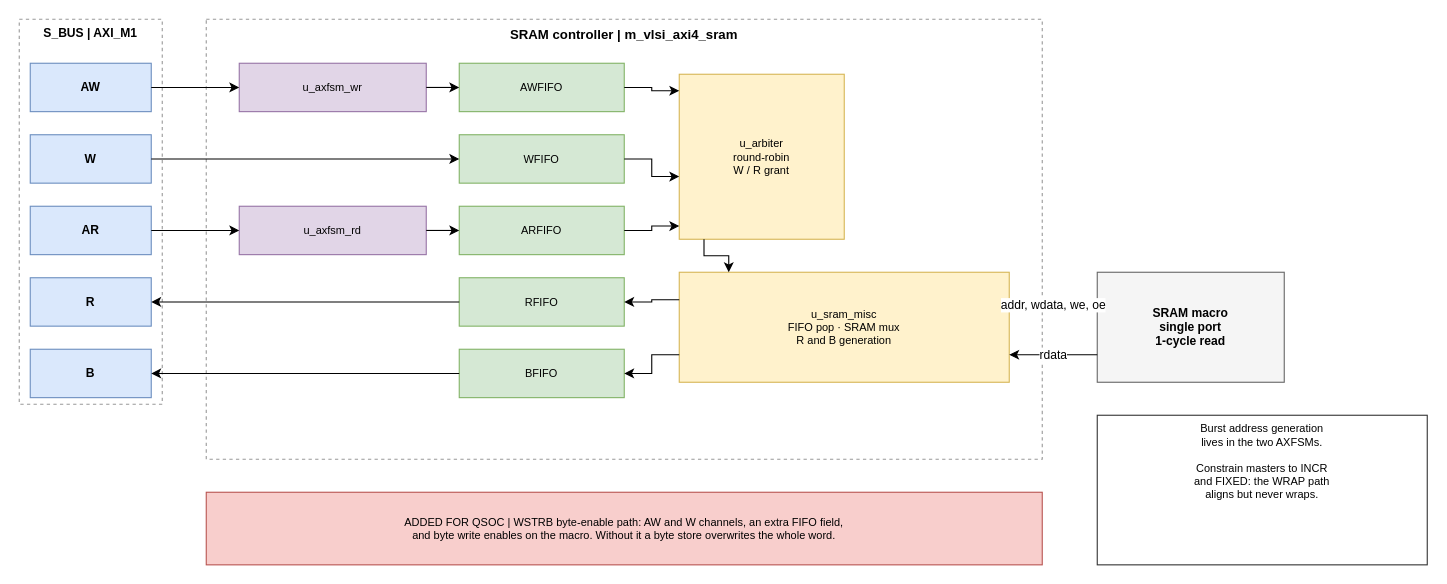
Before: doc/drawio/QNSC_RAM_Block.drawio in quynhonsemiconductor/vlsi_deep_training, a draw.io diagram. Source tidied: cells renumbered, new cells numbered last; positions are measured from the earlier drawing's top-left corner, leaving out a move shared by most shapes. Both pictures are drawn from the tidied source at 110%, with x=0, y=0 at pixel (19, 19).
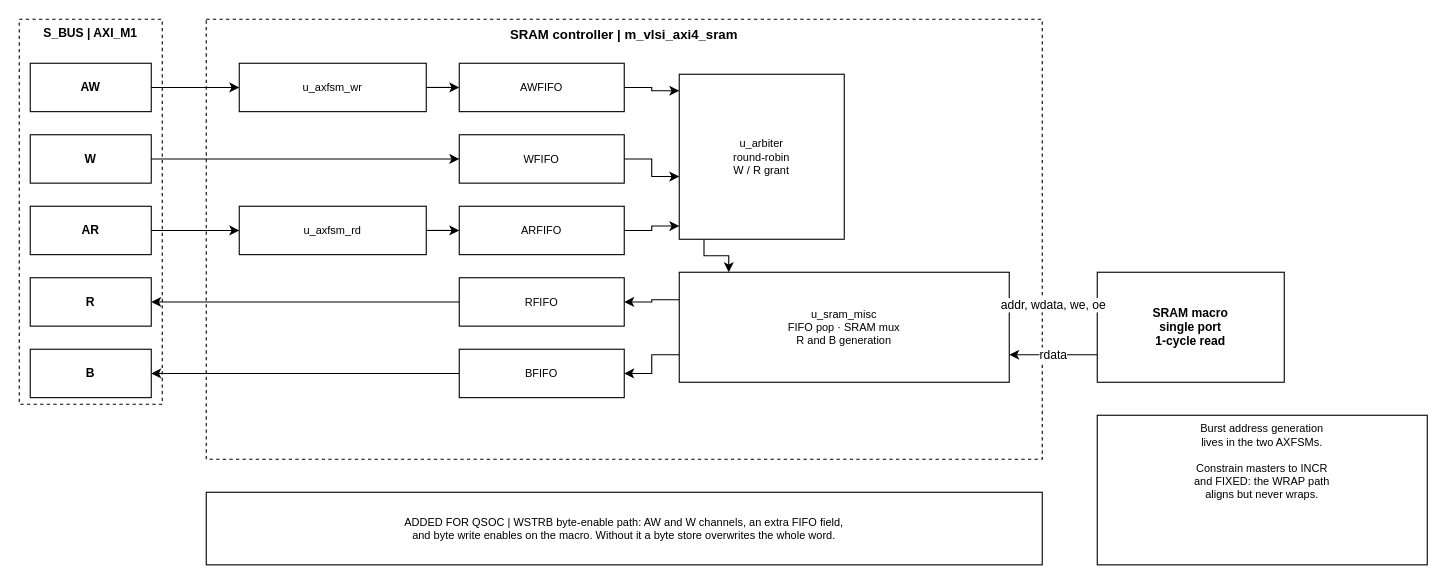
The same diagram, later.

The edit, as a diff of the source:
```diff
@@
-    <mxCell id="2" value="S_BUS | AXI_M1" style="rounded=0;whiteSpace=wrap;html=1;fillColor=none;strokeColor=#999999;fontSize=11;dashed=1;fontStyle=1;verticalAlign=top;" parent="1" vertex="1">
+    <mxCell id="2" value="S_BUS | AXI_M1" style="rounded=0;whiteSpace=wrap;html=1;fillColor=none;strokeColor=#000000;fontSize=11;dashed=1;fontStyle=1;verticalAlign=top;" parent="1" vertex="1">
       <mxGeometry width="130" height="350" as="geometry" />
     </mxCell>
-    <mxCell id="3" value="AW" style="rounded=0;whiteSpace=wrap;html=1;fillColor=#dae8fc;strokeColor=#6c8ebf;fontSize=11;dashed=0;fontStyle=1;verticalAlign=middle;" parent="1" vertex="1">
+    <mxCell id="3" value="AW" style="rounded=0;whiteSpace=wrap;html=1;fillColor=#ffffff;strokeColor=#000000;fontSize=11;dashed=0;fontStyle=1;verticalAlign=middle;" parent="1" vertex="1">
       <mxGeometry x="10" y="40" width="110" height="44" as="geometry" />
     </mxCell>
-    <mxCell id="4" value="W" style="rounded=0;whiteSpace=wrap;html=1;fillColor=#dae8fc;strokeColor=#6c8ebf;fontSize=11;dashed=0;fontStyle=1;verticalAlign=middle;" parent="1" vertex="1">
+    <mxCell id="4" value="W" style="rounded=0;whiteSpace=wrap;html=1;fillColor=#ffffff;strokeColor=#000000;fontSize=11;dashed=0;fontStyle=1;verticalAlign=middle;" parent="1" vertex="1">
       <mxGeometry x="10" y="105" width="110" height="44" as="geometry" />
     </mxCell>
-    <mxCell id="5" value="AR" style="rounded=0;whiteSpace=wrap;html=1;fillColor=#dae8fc;strokeColor=#6c8ebf;fontSize=11;dashed=0;fontStyle=1;verticalAlign=middle;" parent="1" vertex="1">
+    <mxCell id="5" value="AR" style="rounded=0;whiteSpace=wrap;html=1;fillColor=#ffffff;strokeColor=#000000;fontSize=11;dashed=0;fontStyle=1;verticalAlign=middle;" parent="1" vertex="1">
       <mxGeometry x="10" y="170" width="110" height="44" as="geometry" />
     </mxCell>
-    <mxCell id="6" value="R" style="rounded=0;whiteSpace=wrap;html=1;fillColor=#dae8fc;strokeColor=#6c8ebf;fontSize=11;dashed=0;fontStyle=1;verticalAlign=middle;" parent="1" vertex="1">
+    <mxCell id="6" value="R" style="rounded=0;whiteSpace=wrap;html=1;fillColor=#ffffff;strokeColor=#000000;fontSize=11;dashed=0;fontStyle=1;verticalAlign=middle;" parent="1" vertex="1">
       <mxGeometry x="10" y="235" width="110" height="44" as="geometry" />
     </mxCell>
-    <mxCell id="7" value="B" style="rounded=0;whiteSpace=wrap;html=1;fillColor=#dae8fc;strokeColor=#6c8ebf;fontSize=11;dashed=0;fontStyle=1;verticalAlign=middle;" parent="1" vertex="1">
+    <mxCell id="7" value="B" style="rounded=0;whiteSpace=wrap;html=1;fillColor=#ffffff;strokeColor=#000000;fontSize=11;dashed=0;fontStyle=1;verticalAlign=middle;" parent="1" vertex="1">
       <mxGeometry x="10" y="300" width="110" height="44" as="geometry" />
     </mxCell>
-    <mxCell id="8" value="SRAM controller  |  m_vlsi_axi4_sram" style="rounded=0;whiteSpace=wrap;html=1;fillColor=none;strokeColor=#999999;fontSize=12;dashed=1;fontStyle=1;verticalAlign=top;" parent="1" vertex="1">
+    <mxCell id="8" value="SRAM controller  |  m_vlsi_axi4_sram" style="rounded=0;whiteSpace=wrap;html=1;fillColor=none;strokeColor=#000000;fontSize=12;dashed=1;fontStyle=1;verticalAlign=top;" parent="1" vertex="1">
       <mxGeometry x="170" width="760" height="400" as="geometry" />
     </mxCell>
-    <mxCell id="9" value="u_axfsm_wr" style="rounded=0;whiteSpace=wrap;html=1;fillColor=#e1d5e7;strokeColor=#9673a6;fontSize=10;dashed=0;verticalAlign=middle;" parent="1" vertex="1">
+    <mxCell id="9" value="u_axfsm_wr" style="rounded=0;whiteSpace=wrap;html=1;fillColor=#ffffff;strokeColor=#000000;fontSize=10;dashed=0;verticalAlign=middle;" parent="1" vertex="1">
       <mxGeometry x="200" y="40" width="170" height="44" as="geometry" />
     </mxCell>
-    <mxCell id="10" value="u_axfsm_rd" style="rounded=0;whiteSpace=wrap;html=1;fillColor=#e1d5e7;strokeColor=#9673a6;fontSize=10;dashed=0;verticalAlign=middle;" parent="1" vertex="1">
+    <mxCell id="10" value="u_axfsm_rd" style="rounded=0;whiteSpace=wrap;html=1;fillColor=#ffffff;strokeColor=#000000;fontSize=10;dashed=0;verticalAlign=middle;" parent="1" vertex="1">
       <mxGeometry x="200" y="170" width="170" height="44" as="geometry" />
     </mxCell>
-    <mxCell id="11" value="AWFIFO" style="rounded=0;whiteSpace=wrap;html=1;fillColor=#d5e8d4;strokeColor=#82b366;fontSize=10;dashed=0;verticalAlign=middle;" parent="1" vertex="1">
+    <mxCell id="11" value="AWFIFO" style="rounded=0;whiteSpace=wrap;html=1;fillColor=#ffffff;strokeColor=#000000;fontSize=10;dashed=0;verticalAlign=middle;" parent="1" vertex="1">
       <mxGeometry x="400" y="40" width="150" height="44" as="geometry" />
     </mxCell>
-    <mxCell id="12" value="WFIFO" style="rounded=0;whiteSpace=wrap;html=1;fillColor=#d5e8d4;strokeColor=#82b366;fontSize=10;dashed=0;verticalAlign=middle;" parent="1" vertex="1">
+    <mxCell id="12" value="WFIFO" style="rounded=0;whiteSpace=wrap;html=1;fillColor=#ffffff;strokeColor=#000000;fontSize=10;dashed=0;verticalAlign=middle;" parent="1" vertex="1">
       <mxGeometry x="400" y="105" width="150" height="44" as="geometry" />
     </mxCell>
-    <mxCell id="13" value="ARFIFO" style="rounded=0;whiteSpace=wrap;html=1;fillColor=#d5e8d4;strokeColor=#82b366;fontSize=10;dashed=0;verticalAlign=middle;" parent="1" vertex="1">
+    <mxCell id="13" value="ARFIFO" style="rounded=0;whiteSpace=wrap;html=1;fillColor=#ffffff;strokeColor=#000000;fontSize=10;dashed=0;verticalAlign=middle;" parent="1" vertex="1">
       <mxGeometry x="400" y="170" width="150" height="44" as="geometry" />
     </mxCell>
-    <mxCell id="14" value="RFIFO" style="rounded=0;whiteSpace=wrap;html=1;fillColor=#d5e8d4;strokeColor=#82b366;fontSize=10;dashed=0;verticalAlign=middle;" parent="1" vertex="1">
+    <mxCell id="14" value="RFIFO" style="rounded=0;whiteSpace=wrap;html=1;fillColor=#ffffff;strokeColor=#000000;fontSize=10;dashed=0;verticalAlign=middle;" parent="1" vertex="1">
       <mxGeometry x="400" y="235" width="150" height="44" as="geometry" />
     </mxCell>
-    <mxCell id="15" value="BFIFO" style="rounded=0;whiteSpace=wrap;html=1;fillColor=#d5e8d4;strokeColor=#82b366;fontSize=10;dashed=0;verticalAlign=middle;" parent="1" vertex="1">
+    <mxCell id="15" value="BFIFO" style="rounded=0;whiteSpace=wrap;html=1;fillColor=#ffffff;strokeColor=#000000;fontSize=10;dashed=0;verticalAlign=middle;" parent="1" vertex="1">
       <mxGeometry x="400" y="300" width="150" height="44" as="geometry" />
     </mxCell>
-    <mxCell id="16" value="u_arbiter&#10;round-robin&#10;W / R grant" style="rounded=0;whiteSpace=wrap;html=1;fillColor=#fff2cc;strokeColor=#d6b656;fontSize=10;dashed=0;verticalAlign=middle;" parent="1" vertex="1">
+    <mxCell id="16" value="u_arbiter&#10;round-robin&#10;W / R grant" style="rounded=0;whiteSpace=wrap;html=1;fillColor=#ffffff;strokeColor=#000000;fontSize=10;dashed=0;verticalAlign=middle;" parent="1" vertex="1">
       <mxGeometry x="600" y="50" width="150" height="150" as="geometry" />
     </mxCell>
-    <mxCell id="17" value="u_sram_misc&#10;FIFO pop · SRAM mux&#10;R and B generation" style="rounded=0;whiteSpace=wrap;html=1;fillColor=#fff2cc;strokeColor=#d6b656;fontSize=10;dashed=0;verticalAlign=middle;" parent="1" vertex="1">
+    <mxCell id="17" value="u_sram_misc&#10;FIFO pop · SRAM mux&#10;R and B generation" style="rounded=0;whiteSpace=wrap;html=1;fillColor=#ffffff;strokeColor=#000000;fontSize=10;dashed=0;verticalAlign=middle;" parent="1" vertex="1">
       <mxGeometry x="600" y="230" width="300" height="100" as="geometry" />
     </mxCell>
-    <mxCell id="18" value="SRAM macro&#10;single port&#10;1-cycle read" style="rounded=0;whiteSpace=wrap;html=1;fillColor=#f5f5f5;strokeColor=#666666;fontSize=11;dashed=0;fontStyle=1;verticalAlign=middle;" parent="1" vertex="1">
+    <mxCell id="18" value="SRAM macro&#10;single port&#10;1-cycle read" style="rounded=0;whiteSpace=wrap;html=1;fillColor=#ffffff;strokeColor=#000000;fontSize=11;dashed=0;fontStyle=1;verticalAlign=middle;" parent="1" vertex="1">
       <mxGeometry x="980" y="230" width="170" height="100" as="geometry" />
     </mxCell>
-    <mxCell id="19" value="ADDED FOR QSOC | WSTRB byte-enable path: AW and W channels, an extra FIFO field,&#10;and byte write enables on the macro.  Without it a byte store overwrites the whole word." style="rounded=0;whiteSpace=wrap;html=1;fillColor=#f8cecc;strokeColor=#b85450;fontSize=10;dashed=0;verticalAlign=middle;" parent="1" vertex="1">
+    <mxCell id="19" value="ADDED FOR QSOC | WSTRB byte-enable path: AW and W channels, an extra FIFO field,&#10;and byte write enables on the macro.  Without it a byte store overwrites the whole word." style="rounded=0;whiteSpace=wrap;html=1;fillColor=#ffffff;strokeColor=#000000;fontSize=10;dashed=0;verticalAlign=middle;" parent="1" vertex="1">
       <mxGeometry x="170" y="430" width="760" height="66" as="geometry" />
     </mxCell>
-    <mxCell id="20" value="Burst address generation&#10;lives in the two AXFSMs.&#10;&#10;Constrain masters to INCR&#10;and FIXED: the WRAP path&#10;aligns but never wraps." style="rounded=0;whiteSpace=wrap;html=1;fillColor=#ffffff;strokeColor=#333333;fontSize=10;dashed=0;verticalAlign=top;" parent="1" vertex="1">
+    <mxCell id="20" value="Burst address generation&#10;lives in the two AXFSMs.&#10;&#10;Constrain masters to INCR&#10;and FIXED: the WRAP path&#10;aligns but never wraps." style="rounded=0;whiteSpace=wrap;html=1;fillColor=#ffffff;strokeColor=#000000;fontSize=10;dashed=0;verticalAlign=top;" parent="1" vertex="1">
       <mxGeometry x="980" y="360" width="300" height="136" as="geometry" />
     </mxCell>
```
